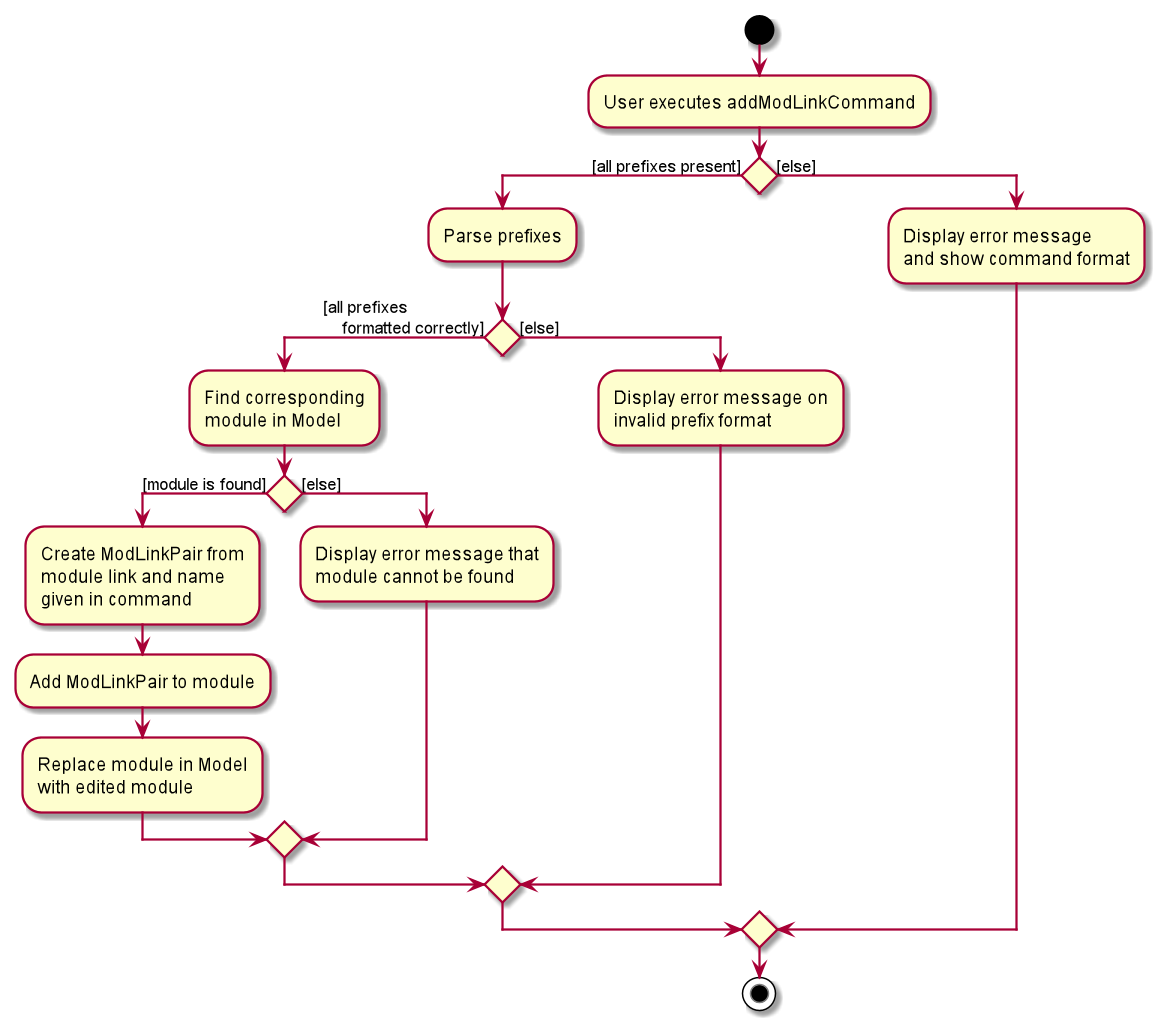
Above: images/AddModLinkActivityDiagram.png in AY1920-CS2103-W15-3/addressbook-level3 (PlantUML), before the change.
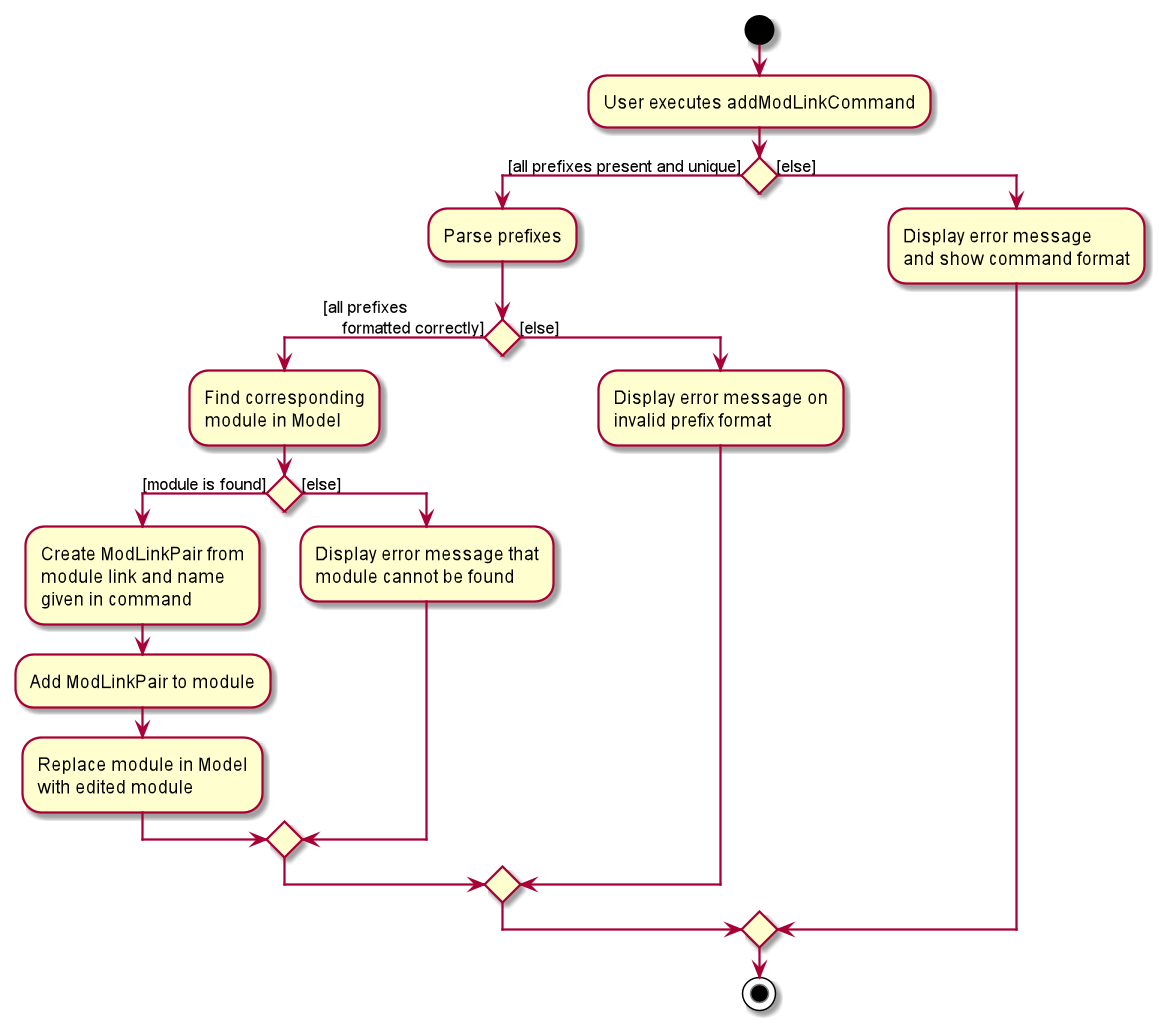
Above is the later version.

The edit, as a diff of the source:
```diff
@@ -3,7 +3,7 @@
 :User executes addModLinkCommand;
 
 
-if () then ([all prefixes present])
+if () then ([all prefixes present and unique])
     :Parse prefixes;
     if () then ([all prefixes
     formatted correctly])
```
